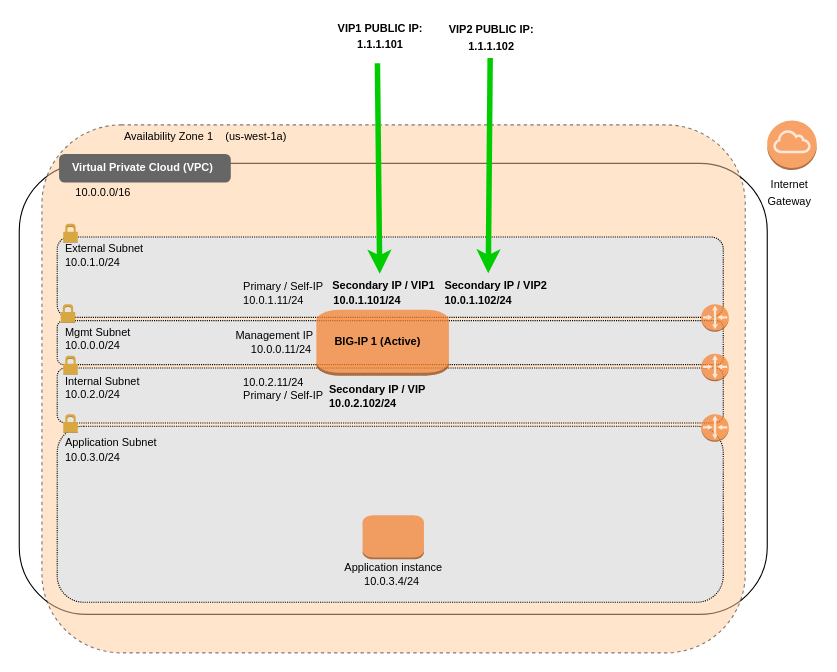
This is examples/quickstart/diagram-mulitple-vips.drawio from F5Networks/f5-aws-cloudformation-v2, a draw.io file, before an edit. Source tidied: cells renumbered, new cells numbered last; positions are measured from the earlier drawing's top-left corner, leaving out a move shared by most shapes. Both pictures are drawn from the tidied source at 110%, with x=0, y=0 at pixel (19, 19).
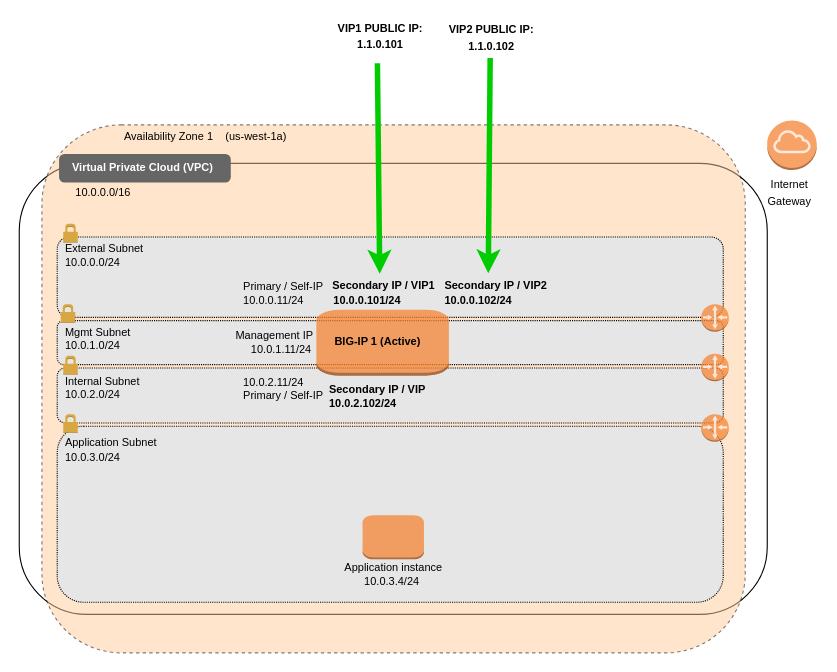
Above is the later version.

Diff of the diagram source:
```diff
@@
-    <mxCell id="8" value="&lt;font style=&quot;font-size: 10px&quot;&gt;10.0.1.0/24&lt;/font&gt;" style="text;html=1;align=left;verticalAlign=middle;" parent="1" vertex="1">
+    <mxCell id="8" value="&lt;font style=&quot;font-size: 10px&quot;&gt;10.0.0.0/24&lt;/font&gt;" style="text;html=1;align=left;verticalAlign=middle;" parent="1" vertex="1">
       <mxGeometry x="40" y="211" width="70" height="20" as="geometry" />
     </mxCell>
@@
-    <mxCell id="14" value="&lt;font style=&quot;font-size: 10px&quot;&gt;10.0.1.11/24&lt;/font&gt;" style="text;html=1;align=left;verticalAlign=middle;" parent="1" vertex="1">
+    <mxCell id="14" value="&lt;font style=&quot;font-size: 10px&quot;&gt;10.0.0.11/24&lt;/font&gt;" style="text;html=1;align=left;verticalAlign=middle;" parent="1" vertex="1">
       <mxGeometry x="202" y="245" width="70" height="20" as="geometry" />
     </mxCell>
@@
-    <mxCell id="16" value="&lt;font style=&quot;font-size: 10px&quot;&gt;&lt;span&gt;10.0.1.101/24&lt;/span&gt;&lt;/font&gt;" style="text;html=1;align=left;verticalAlign=middle;fontStyle=1;" parent="1" vertex="1">
+    <mxCell id="16" value="&lt;font style=&quot;font-size: 10px&quot;&gt;&lt;span&gt;10.0.0.101/24&lt;/span&gt;&lt;/font&gt;" style="text;html=1;align=left;verticalAlign=middle;fontStyle=1;" parent="1" vertex="1">
       <mxGeometry x="284" y="245" width="80" height="20" as="geometry" />
     </mxCell>
@@
-    <mxCell id="20" value="&lt;font style=&quot;font-size: 10px&quot;&gt;&lt;b&gt;VIP1 PUBLIC IP:&lt;br&gt;1.1.1.101&lt;/b&gt;&lt;br&gt;&lt;/font&gt;" style="text;html=1;align=center;verticalAlign=middle;" parent="1" vertex="1">
+    <mxCell id="20" value="&lt;font style=&quot;font-size: 10px&quot;&gt;&lt;b&gt;VIP1 PUBLIC IP:&lt;br&gt;1.1.0.101&lt;/b&gt;&lt;br&gt;&lt;/font&gt;" style="text;html=1;align=center;verticalAlign=middle;" parent="1" vertex="1">
       <mxGeometry x="283.3" width="90" height="30" as="geometry" />
     </mxCell>
@@
-    <mxCell id="32" value="&lt;font style=&quot;font-size: 10px&quot;&gt;10.0.0.0/24&lt;/font&gt;" style="text;html=1;align=left;verticalAlign=middle;" parent="1" vertex="1">
+    <mxCell id="32" value="&lt;font style=&quot;font-size: 10px&quot;&gt;10.0.1.0/24&lt;/font&gt;" style="text;html=1;align=left;verticalAlign=middle;" parent="1" vertex="1">
       <mxGeometry x="40" y="286" width="70" height="20" as="geometry" />
     </mxCell>
-    <mxCell id="33" value="&lt;font style=&quot;font-size: 10px&quot;&gt;10.0.0.11/24&lt;/font&gt;" style="text;html=1;align=center;verticalAlign=middle;" parent="1" vertex="1">
+    <mxCell id="33" value="&lt;font style=&quot;font-size: 10px&quot;&gt;10.0.1.11/24&lt;/font&gt;" style="text;html=1;align=center;verticalAlign=middle;" parent="1" vertex="1">
       <mxGeometry x="202.7" y="289.5" width="70" height="20" as="geometry" />
     </mxCell>
@@
-    <mxCell id="44" value="&lt;font style=&quot;font-size: 10px&quot;&gt;&lt;span&gt;10.0.1.102/24&lt;/span&gt;&lt;/font&gt;" style="text;html=1;align=left;verticalAlign=middle;fontStyle=1;" parent="1" vertex="1">
+    <mxCell id="44" value="&lt;font style=&quot;font-size: 10px&quot;&gt;&lt;span&gt;10.0.0.102/24&lt;/span&gt;&lt;/font&gt;" style="text;html=1;align=left;verticalAlign=middle;fontStyle=1;" parent="1" vertex="1">
       <mxGeometry x="385.1" y="245" width="80" height="20" as="geometry" />
     </mxCell>
@@
-    <mxCell id="46" value="&lt;font style=&quot;font-size: 10px&quot;&gt;&lt;b&gt;VIP2 PUBLIC IP:&lt;br&gt;1.1.1.102&lt;/b&gt;&lt;br&gt;&lt;/font&gt;" style="text;html=1;align=center;verticalAlign=middle;points=[];" parent="1" vertex="1">
+    <mxCell id="46" value="&lt;font style=&quot;font-size: 10px&quot;&gt;&lt;b&gt;VIP2 PUBLIC IP:&lt;br&gt;1.1.0.102&lt;/b&gt;&lt;br&gt;&lt;/font&gt;" style="text;html=1;align=center;verticalAlign=middle;points=[];" parent="1" vertex="1">
       <mxGeometry x="384.1" y="1" width="90" height="30" as="geometry" />
     </mxCell>
```
